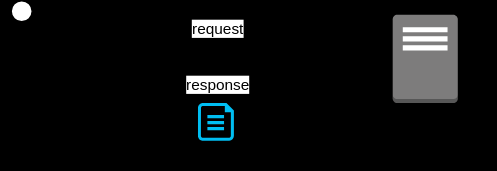
BlackFLX/SimpleWebApp keeps this draw.io diagram as workflow.drawio.svg. Above is the earlier version. Source tidied: cells renumbered, new cells last; positions are measured from the earlier drawing's top-left corner, leaving out a move shared by most shapes.
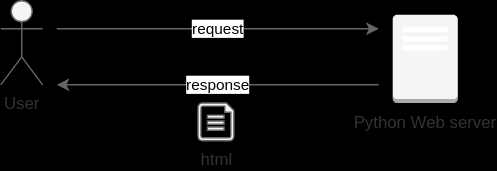
The same file after the commit.

What changed in the source:
```diff
@@ -2,25 +2,25 @@
   <root>
     <mxCell id="0" />
     <mxCell id="1" parent="0" />
-    <mxCell id="2" value="User" style="shape=umlActor;verticalLabelPosition=bottom;verticalAlign=top;html=1;" parent="1" vertex="1">
+    <mxCell id="2" value="User" style="shape=umlActor;verticalLabelPosition=bottom;verticalAlign=top;html=1;fillColor=#f5f5f5;strokeColor=#666666;fontColor=#333333;" parent="1" vertex="1">
       <mxGeometry width="30" height="60" as="geometry" />
     </mxCell>
-    <mxCell id="3" value="Python Web server" style="dashed=0;verticalLabelPosition=bottom;verticalAlign=top;align=center;html=1;shape=mxgraph.aws3.traditional_server;fillColor=#7D7C7C;gradientColor=none;" parent="1" vertex="1">
+    <mxCell id="3" value="Python Web server" style="dashed=0;verticalLabelPosition=bottom;verticalAlign=top;align=center;html=1;shape=mxgraph.aws3.traditional_server;fillColor=#f5f5f5;fontColor=#333333;strokeColor=#666666;" parent="1" vertex="1">
       <mxGeometry x="280" y="10" width="46.5" height="63" as="geometry" />
     </mxCell>
-    <mxCell id="4" value="request" style="endArrow=classic;html=1;flowAnimation=1;" parent="1" edge="1">
+    <mxCell id="4" value="request" style="endArrow=classic;html=1;flowAnimation=1;fillColor=#f5f5f5;strokeColor=#666666;" parent="1" edge="1">
       <mxGeometry relative="1" as="geometry">
         <mxPoint x="40" y="20" as="sourcePoint" />
         <mxPoint x="270" y="20" as="targetPoint" />
       </mxGeometry>
     </mxCell>
-    <mxCell id="5" value="response" style="endArrow=classic;html=1;flowAnimation=1;" parent="1" edge="1">
+    <mxCell id="5" value="response" style="endArrow=classic;html=1;flowAnimation=1;fillColor=#f5f5f5;strokeColor=#666666;" parent="1" edge="1">
       <mxGeometry relative="1" as="geometry">
         <mxPoint x="270" y="60" as="sourcePoint" />
         <mxPoint x="40" y="60" as="targetPoint" />
       </mxGeometry>
     </mxCell>
-    <mxCell id="6" value="html" style="verticalLabelPosition=bottom;html=1;verticalAlign=top;align=center;strokeColor=none;fillColor=#00BEF2;shape=mxgraph.azure.file;" parent="1" vertex="1">
+    <mxCell id="6" value="html" style="verticalLabelPosition=bottom;html=1;verticalAlign=top;align=center;strokeColor=#666666;fillColor=#f5f5f5;shape=mxgraph.azure.file;fontColor=#333333;" parent="1" vertex="1">
       <mxGeometry x="140.9" y="73" width="25.6" height="27" as="geometry" />
     </mxCell>
   </root>
```
